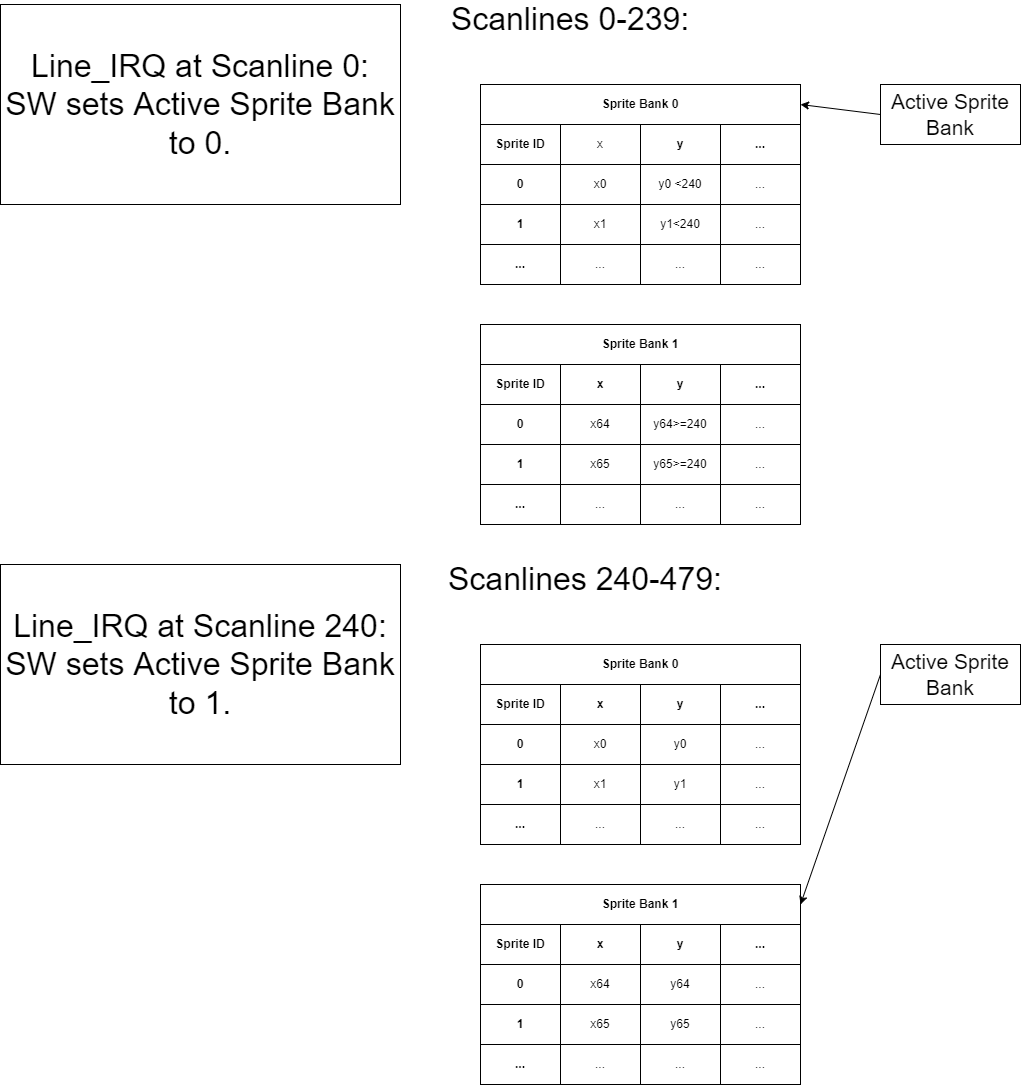
The draw.io diagram assets/sprite_banking_muxing.drawio.png in epsilon537/boxlambda, before a commit. Source tidied: cells renumbered, new cells last; positions are measured from the earlier drawing's top-left corner, leaving out a move shared by most shapes.
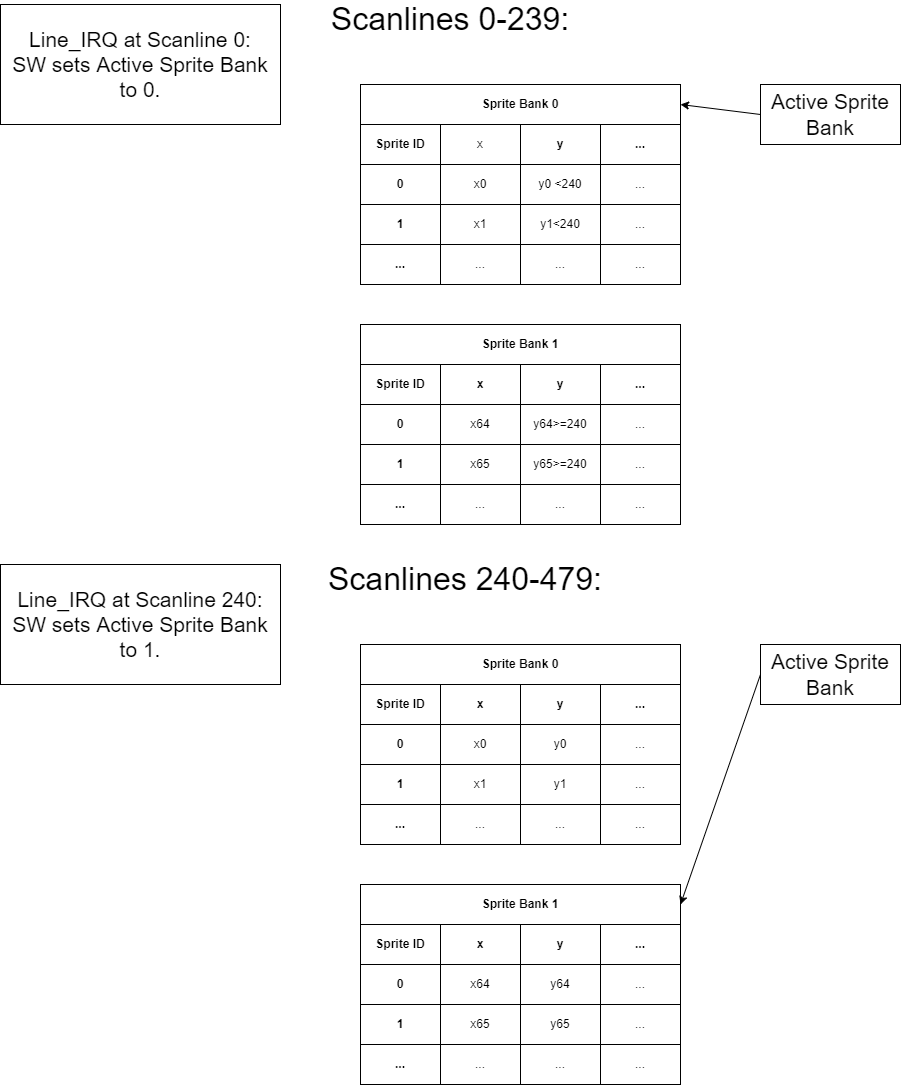
After the change.

Change to the diagram source:
```diff
@@ -224,11 +224,11 @@
     <mxCell id="75" value="Scanlines 0-239:" style="text;html=1;strokeColor=none;fillColor=none;align=center;verticalAlign=middle;whiteSpace=wrap;rounded=0;fontSize=32;" parent="1" vertex="1">
       <mxGeometry x="440" width="260" height="30" as="geometry" />
     </mxCell>
-    <mxCell id="76" value="Line_IRQ at Scanline 0:&lt;br&gt;SW sets Active Sprite Bank to 0." style="rounded=0;whiteSpace=wrap;html=1;fontSize=32;" parent="1" vertex="1">
-      <mxGeometry width="400" height="200" as="geometry" />
+    <mxCell id="76" value="Line_IRQ at Scanline 0:&lt;br style=&quot;font-size: 21px;&quot;&gt;SW sets Active Sprite Bank to 0." style="rounded=0;whiteSpace=wrap;html=1;fontSize=21;" parent="1" vertex="1">
+      <mxGeometry x="120" width="280" height="120" as="geometry" />
     </mxCell>
-    <mxCell id="77" value="Line_IRQ at Scanline 240:&lt;br&gt;SW sets Active Sprite Bank to 1." style="rounded=0;whiteSpace=wrap;html=1;fontSize=32;" parent="1" vertex="1">
-      <mxGeometry y="560" width="400" height="200" as="geometry" />
+    <mxCell id="77" value="Line_IRQ at Scanline 240:&lt;br style=&quot;font-size: 21px;&quot;&gt;SW sets Active Sprite Bank to 1." style="rounded=0;whiteSpace=wrap;html=1;fontSize=21;" parent="1" vertex="1">
+      <mxGeometry x="120" y="560" width="280" height="120" as="geometry" />
     </mxCell>
   </root>
 </mxGraphModel>
```
